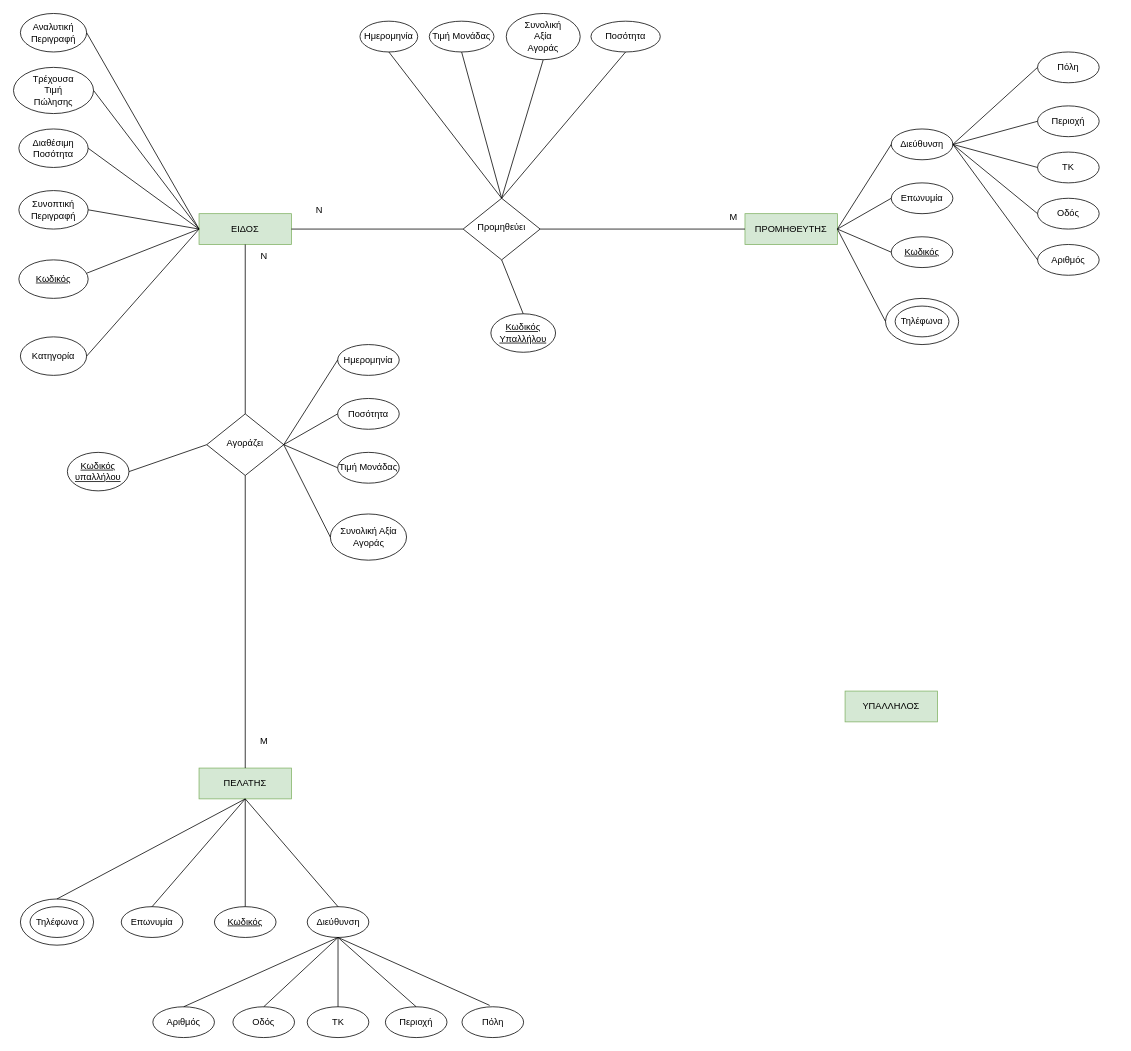
Earlier version of the draw.io diagram ERDiagramFlowchart.drawio (Lazini/ERDiagram). Source tidied: cells renumbered, new cells numbered last; positions are measured from the earlier drawing's top-left corner, leaving out a move shared by most shapes. Both pictures are drawn from the tidied source at 77%, with x=0, y=0 at pixel (13, 13).
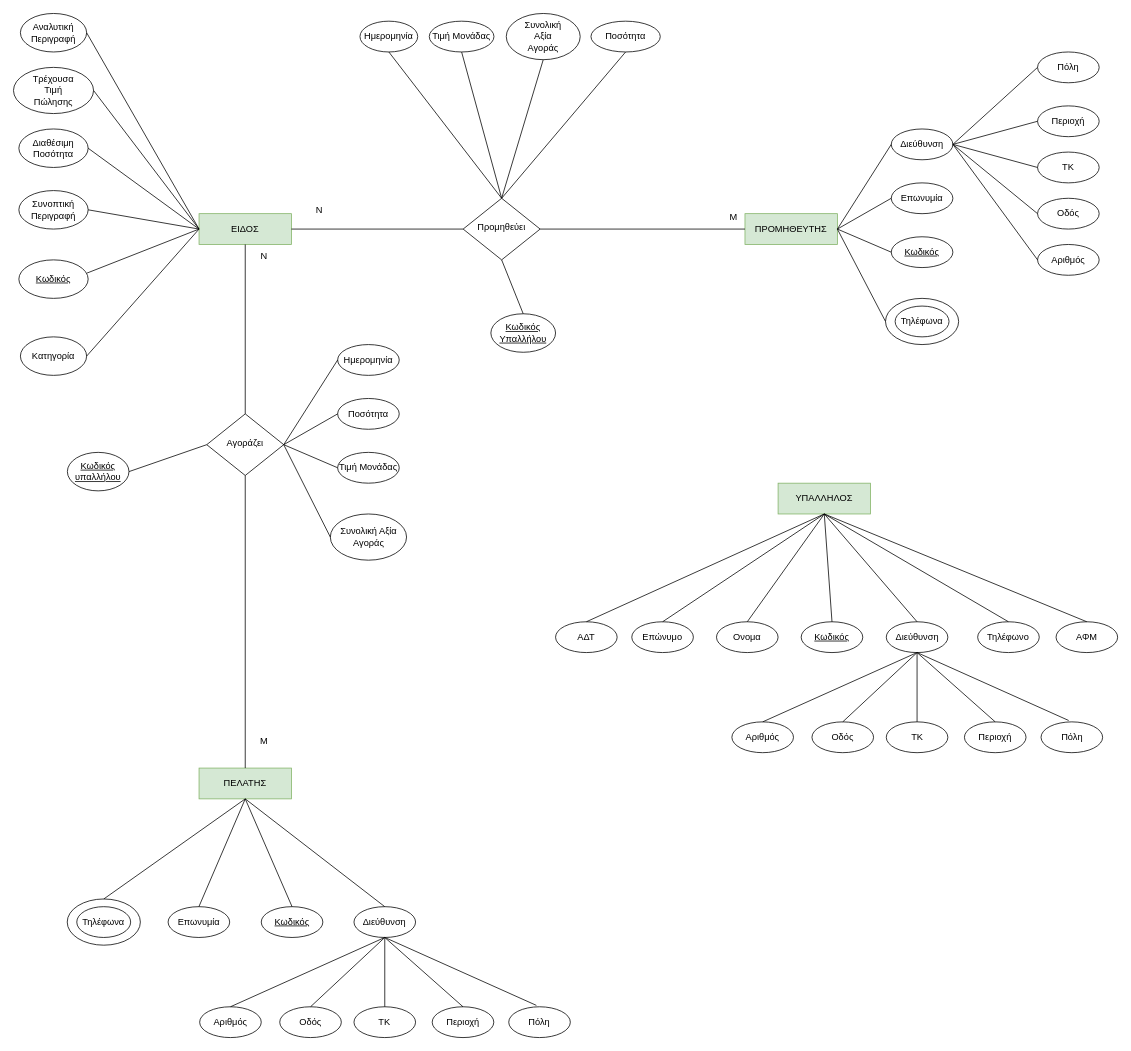
The same page after the edit.

The edit, as a diff of the source:
```diff
@@
     <mxCell id="5" value="&lt;div&gt;ΥΠΑΛΛΗΛΟΣ&lt;/div&gt;" style="rounded=0;whiteSpace=wrap;html=1;fontSize=12;glass=0;strokeWidth=1;shadow=0;fillColor=#d5e8d4;strokeColor=#82b366;" parent="1" vertex="1">
-      <mxGeometry x="1080" y="880" width="120" height="40" as="geometry" />
+      <mxGeometry x="993" y="610" width="120" height="40" as="geometry" />
     </mxCell>
@@
     <mxCell id="67" value="Διεύθυνση" style="ellipse;whiteSpace=wrap;html=1;" parent="1" vertex="1">
-      <mxGeometry x="381.5" y="1160" width="80" height="40" as="geometry" />
+      <mxGeometry x="442.2" y="1160" width="80" height="40" as="geometry" />
     </mxCell>
     <mxCell id="68" value="Επωνυμία" style="ellipse;whiteSpace=wrap;html=1;" parent="1" vertex="1">
-      <mxGeometry x="140" y="1160" width="80" height="40" as="geometry" />
+      <mxGeometry x="200.8" y="1160" width="80" height="40" as="geometry" />
     </mxCell>
     <mxCell id="69" value="&lt;u&gt;Κωδικός&lt;/u&gt;" style="ellipse;whiteSpace=wrap;html=1;" parent="1" vertex="1">
-      <mxGeometry x="261" y="1160" width="80" height="40" as="geometry" />
+      <mxGeometry x="321.8" y="1160" width="80" height="40" as="geometry" />
     </mxCell>
     <mxCell id="70" style="ellipse;whiteSpace=wrap;html=1;" parent="1" vertex="1">
-      <mxGeometry x="9" y="1150" width="95" height="60" as="geometry" />
+      <mxGeometry x="69.8" y="1150" width="95" height="60" as="geometry" />
     </mxCell>
     <mxCell id="71" value="Τηλέφωνα" style="ellipse;whiteSpace=wrap;html=1;" parent="1" vertex="1">
-      <mxGeometry x="21.5" y="1160" width="70" height="40" as="geometry" />
+      <mxGeometry x="82.2" y="1160" width="70" height="40" as="geometry" />
     </mxCell>
@@
     <mxCell id="76" value="&lt;div&gt;Πόλη&lt;/div&gt;" style="ellipse;whiteSpace=wrap;html=1;" parent="1" vertex="1">
-      <mxGeometry x="582.5" y="1290" width="80" height="40" as="geometry" />
+      <mxGeometry x="643.2" y="1290" width="80" height="40" as="geometry" />
     </mxCell>
     <mxCell id="77" value="Περιοχή" style="ellipse;whiteSpace=wrap;html=1;" parent="1" vertex="1">
-      <mxGeometry x="483" y="1290" width="80" height="40" as="geometry" />
+      <mxGeometry x="543.8" y="1290" width="80" height="40" as="geometry" />
     </mxCell>
     <mxCell id="78" value="ΤΚ" style="ellipse;whiteSpace=wrap;html=1;" parent="1" vertex="1">
-      <mxGeometry x="381.5" y="1290" width="80" height="40" as="geometry" />
+      <mxGeometry x="442.2" y="1290" width="80" height="40" as="geometry" />
     </mxCell>
     <mxCell id="79" value="Οδός" style="ellipse;whiteSpace=wrap;html=1;" parent="1" vertex="1">
-      <mxGeometry x="285" y="1290" width="80" height="40" as="geometry" />
+      <mxGeometry x="345.8" y="1290" width="80" height="40" as="geometry" />
     </mxCell>
     <mxCell id="80" value="Αριθμός" style="ellipse;whiteSpace=wrap;html=1;" parent="1" vertex="1">
-      <mxGeometry x="181" y="1290" width="80" height="40" as="geometry" />
+      <mxGeometry x="241.8" y="1290" width="80" height="40" as="geometry" />
     </mxCell>
@@
+    <mxCell id="86" value="&lt;u&gt;Κωδικός&lt;/u&gt;" style="ellipse;whiteSpace=wrap;html=1;" parent="1" vertex="1">
+      <mxGeometry x="1023" y="790" width="80" height="40" as="geometry" />
+    </mxCell>
+    <mxCell id="87" value="Τηλέφωνο" style="ellipse;whiteSpace=wrap;html=1;" parent="1" vertex="1">
+      <mxGeometry x="1252.2" y="790" width="80" height="40" as="geometry" />
+    </mxCell>
+    <mxCell id="88" value="Διεύθυνση" style="ellipse;whiteSpace=wrap;html=1;" parent="1" vertex="1">
+      <mxGeometry x="1133.5" y="790" width="80" height="40" as="geometry" />
+    </mxCell>
+    <mxCell id="89" style="endArrow=none;html=1;rounded=0;exitX=0.5;exitY=1;exitDx=0;exitDy=0;entryX=0.5;entryY=0;entryDx=0;entryDy=0;" parent="1" edge="1" source="5" target="88">
+      <mxGeometry relative="1" as="geometry" />
+    </mxCell>
+    <mxCell id="90" value="&lt;div&gt;Πόλη&lt;/div&gt;" style="ellipse;whiteSpace=wrap;html=1;" parent="1" vertex="1">
+      <mxGeometry x="1334.5" y="920" width="80" height="40" as="geometry" />
+    </mxCell>
+    <mxCell id="91" value="Περιοχή" style="ellipse;whiteSpace=wrap;html=1;" parent="1" vertex="1">
+      <mxGeometry x="1235" y="920" width="80" height="40" as="geometry" />
+    </mxCell>
+    <mxCell id="92" value="ΤΚ" style="ellipse;whiteSpace=wrap;html=1;" parent="1" vertex="1">
+      <mxGeometry x="1133.5" y="920" width="80" height="40" as="geometry" />
+    </mxCell>
+    <mxCell id="93" value="Οδός" style="ellipse;whiteSpace=wrap;html=1;" parent="1" vertex="1">
+      <mxGeometry x="1037" y="920" width="80" height="40" as="geometry" />
+    </mxCell>
+    <mxCell id="94" value="Αριθμός" style="ellipse;whiteSpace=wrap;html=1;" parent="1" vertex="1">
+      <mxGeometry x="933" y="920" width="80" height="40" as="geometry" />
+    </mxCell>
+    <mxCell id="95" style="endArrow=none;html=1;rounded=0;exitX=0.5;exitY=1;exitDx=0;exitDy=0;entryX=0.449;entryY=-0.045;entryDx=0;entryDy=0;entryPerimeter=0;" parent="1" edge="1" source="88" target="90">
+      <mxGeometry relative="1" as="geometry" />
+    </mxCell>
+    <mxCell id="96" style="endArrow=none;html=1;rounded=0;exitX=0.5;exitY=1;exitDx=0;exitDy=0;entryX=0.5;entryY=0;entryDx=0;entryDy=0;" parent="1" edge="1" source="88" target="91">
+      <mxGeometry relative="1" as="geometry" />
+    </mxCell>
+    <mxCell id="97" style="endArrow=none;html=1;rounded=0;exitX=0.5;exitY=1;exitDx=0;exitDy=0;entryX=0.5;entryY=0;entryDx=0;entryDy=0;" parent="1" edge="1" source="88" target="92">
+      <mxGeometry relative="1" as="geometry" />
+    </mxCell>
+    <mxCell id="98" style="endArrow=none;html=1;rounded=0;exitX=0.5;exitY=1;exitDx=0;exitDy=0;entryX=0.5;entryY=0;entryDx=0;entryDy=0;" parent="1" edge="1" source="88" target="93">
+      <mxGeometry relative="1" as="geometry" />
+    </mxCell>
+    <mxCell id="99" style="endArrow=none;html=1;rounded=0;exitX=0.5;exitY=1;exitDx=0;exitDy=0;entryX=0.5;entryY=0;entryDx=0;entryDy=0;" parent="1" edge="1" source="88" target="94">
+      <mxGeometry relative="1" as="geometry" />
+    </mxCell>
+    <mxCell id="100" value="Ονομα" style="ellipse;whiteSpace=wrap;html=1;" parent="1" vertex="1">
+      <mxGeometry x="913" y="790" width="80" height="40" as="geometry" />
+    </mxCell>
+    <mxCell id="101" value="Επώνυμο" style="ellipse;whiteSpace=wrap;html=1;" parent="1" vertex="1">
+      <mxGeometry x="803" y="790" width="80" height="40" as="geometry" />
+    </mxCell>
+    <mxCell id="102" style="endArrow=none;html=1;rounded=0;exitX=0.5;exitY=1;exitDx=0;exitDy=0;entryX=0.5;entryY=0;entryDx=0;entryDy=0;" parent="1" edge="1" source="5" target="101">
+      <mxGeometry relative="1" as="geometry" />
+    </mxCell>
+    <mxCell id="103" style="endArrow=none;html=1;rounded=0;exitX=0.5;exitY=1;exitDx=0;exitDy=0;entryX=0.5;entryY=0;entryDx=0;entryDy=0;" parent="1" edge="1" source="5" target="100">
+      <mxGeometry relative="1" as="geometry" />
+    </mxCell>
+    <mxCell id="104" style="endArrow=none;html=1;rounded=0;exitX=0.5;exitY=1;exitDx=0;exitDy=0;entryX=0.5;entryY=0;entryDx=0;entryDy=0;" parent="1" edge="1" source="5" target="86">
+      <mxGeometry relative="1" as="geometry" />
+    </mxCell>
+    <mxCell id="105" style="endArrow=none;html=1;rounded=0;exitX=0.5;exitY=1;exitDx=0;exitDy=0;entryX=0.5;entryY=0;entryDx=0;entryDy=0;" parent="1" edge="1" source="5" target="87">
+      <mxGeometry relative="1" as="geometry" />
+    </mxCell>
+    <mxCell id="106" value="ΑΔΤ" style="ellipse;whiteSpace=wrap;html=1;" parent="1" vertex="1">
+      <mxGeometry x="704" y="790" width="80" height="40" as="geometry" />
+    </mxCell>
+    <mxCell id="107" value="ΑΦΜ" style="ellipse;whiteSpace=wrap;html=1;" parent="1" vertex="1">
+      <mxGeometry x="1354" y="790" width="80" height="40" as="geometry" />
+    </mxCell>
+    <mxCell id="108" style="endArrow=none;html=1;rounded=0;exitX=0.5;exitY=1;exitDx=0;exitDy=0;entryX=0.5;entryY=0;entryDx=0;entryDy=0;" parent="1" edge="1" source="5" target="107">
+      <mxGeometry relative="1" as="geometry" />
+    </mxCell>
+    <mxCell id="109" style="endArrow=none;html=1;rounded=0;exitX=0.5;exitY=1;exitDx=0;exitDy=0;entryX=0.5;entryY=0;entryDx=0;entryDy=0;" parent="1" edge="1" source="5" target="106">
+      <mxGeometry relative="1" as="geometry" />
+    </mxCell>
```
